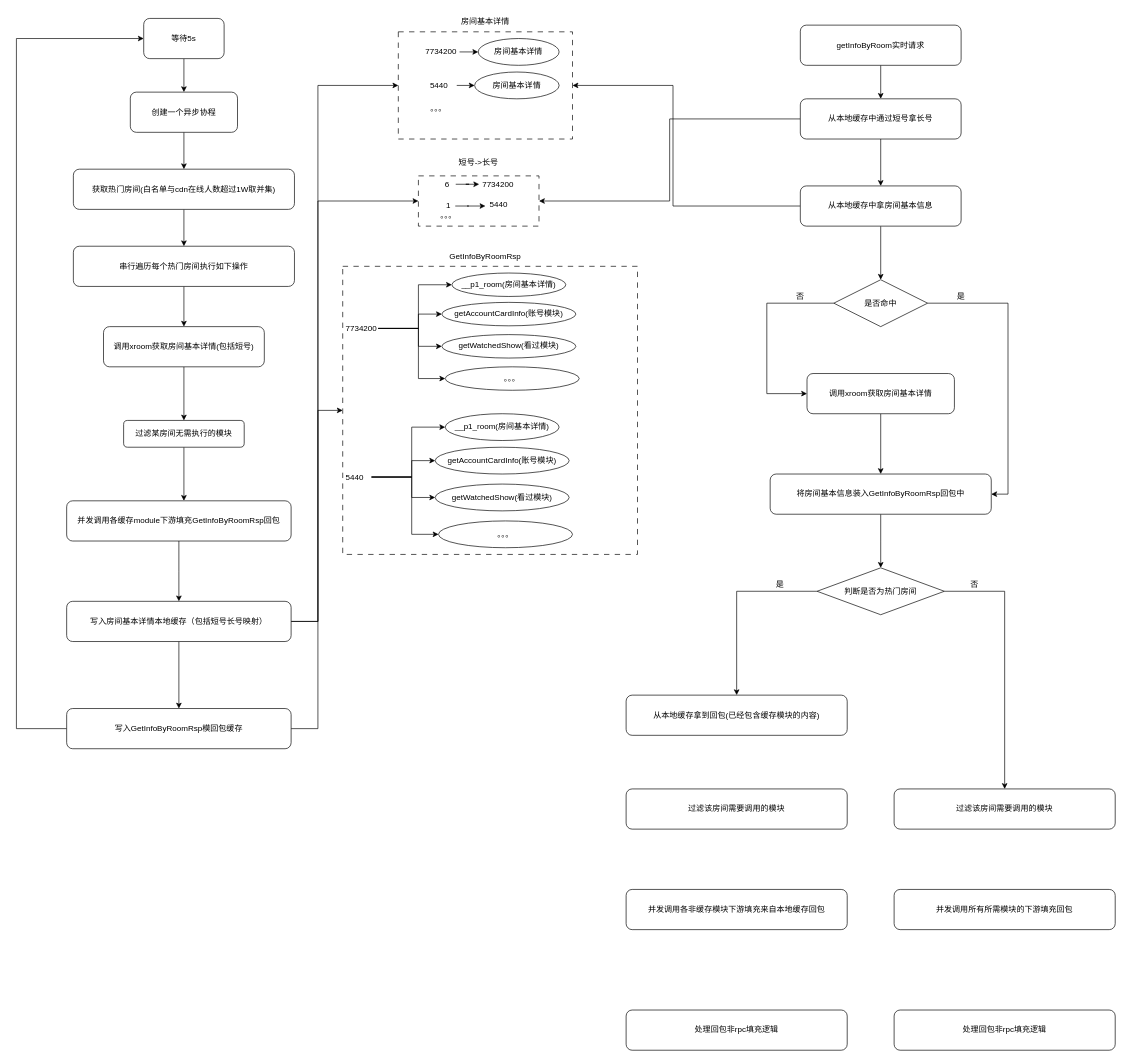
Earlier version of the draw.io diagram 未命名绘图.drawio (smartcharles/tech_draw). Source tidied: cells renumbered, new cells numbered last; positions are measured from the earlier drawing's top-left corner, leaving out a move shared by most shapes. Both pictures are drawn from the tidied source at 67%, with x=0, y=0 at pixel (16, 11).
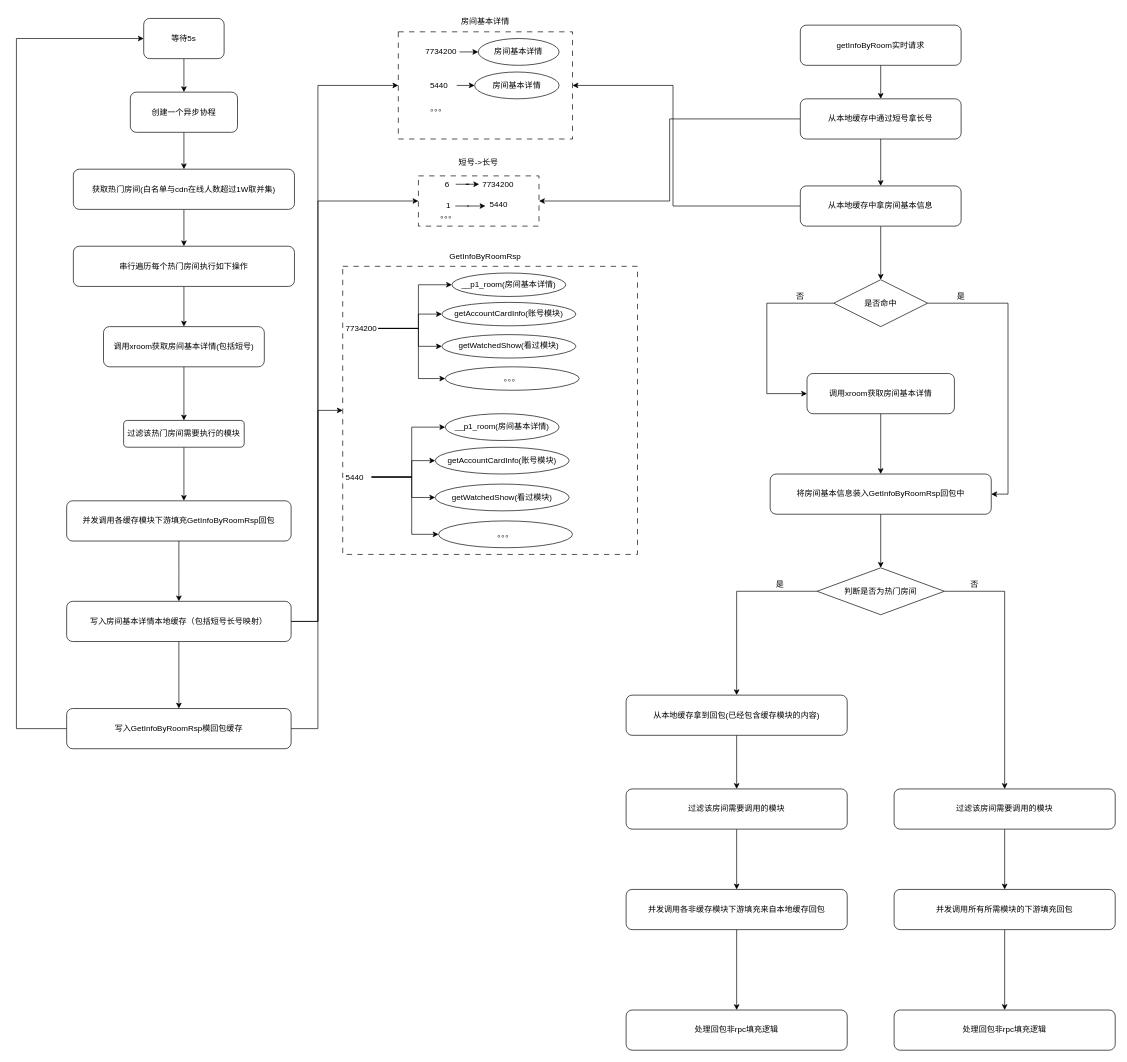
The same page after the edit.

Commit message:
异步构建本地缓存架构图.drawio

Unchanged cells that the change refers to:
```xml
<mxCell id="89" value="从本地缓存拿到回包(已经包含缓存模块的内容)" style="rounded=1;whiteSpace=wrap;html=1;" parent="1" vertex="1">
  <mxGeometry x="910" y="1020" width="330" height="60" as="geometry" />
</mxCell>
<mxCell id="90" value="过滤该房间需要调用的模块" style="rounded=1;whiteSpace=wrap;html=1;" parent="1" vertex="1">
  <mxGeometry x="910" y="1160" width="330" height="60" as="geometry" />
</mxCell>
<mxCell id="91" value="过滤该房间需要调用的模块" style="rounded=1;whiteSpace=wrap;html=1;" parent="1" vertex="1">
  <mxGeometry x="1310" y="1160" width="330" height="60" as="geometry" />
</mxCell>
<mxCell id="92" value="并发调用各非缓存模块下游填充来自本地缓存回包" style="rounded=1;whiteSpace=wrap;html=1;" parent="1" vertex="1">
  <mxGeometry x="910" y="1310" width="330" height="60" as="geometry" />
</mxCell>
<mxCell id="93" value="并发调用所有所需模块的下游填充回包" style="rounded=1;whiteSpace=wrap;html=1;" parent="1" vertex="1">
  <mxGeometry x="1310" y="1310" width="330" height="60" as="geometry" />
</mxCell>
<mxCell id="94" value="处理回包非rpc填充逻辑" style="rounded=1;whiteSpace=wrap;html=1;" parent="1" vertex="1">
  <mxGeometry x="910" y="1490" width="330" height="60" as="geometry" />
</mxCell>
<mxCell id="95" value="处理回包非rpc填充逻辑" style="rounded=1;whiteSpace=wrap;html=1;" parent="1" vertex="1">
  <mxGeometry x="1310" y="1490" width="330" height="60" as="geometry" />
</mxCell>
```

Change to the diagram source:
```diff
@@
-    <mxCell id="59" value="过滤某房间无需执行的模块" style="rounded=1;whiteSpace=wrap;html=1;" parent="1" vertex="1">
+    <mxCell id="59" value="过滤该热门房间需要执行的模块" style="rounded=1;whiteSpace=wrap;html=1;" parent="1" vertex="1">
       <mxGeometry x="160" y="610" width="180" height="40" as="geometry" />
     </mxCell>
@@
-    <mxCell id="61" value="并发调用各缓存module下游填充GetInfoByRoomRsp回包" style="rounded=1;whiteSpace=wrap;html=1;" parent="1" vertex="1">
+    <mxCell id="61" value="并发调用各缓存模块下游填充GetInfoByRoomRsp回包" style="rounded=1;whiteSpace=wrap;html=1;" parent="1" vertex="1">
       <mxGeometry x="75" y="730" width="335" height="60" as="geometry" />
     </mxCell>
@@
+    <mxCell id="98" style="edgeStyle=orthogonalEdgeStyle;rounded=0;jettySize=auto;html=1;exitX=0.5;exitY=1;exitDx=0;exitDy=0;entryX=0.5;entryY=0;entryDx=0;entryDy=0;" parent="1" edge="1" source="89" target="90">
+      <mxGeometry relative="1" as="geometry" />
+    </mxCell>
@@
+    <mxCell id="99" style="edgeStyle=orthogonalEdgeStyle;rounded=0;jettySize=auto;html=1;entryX=0.5;entryY=0;entryDx=0;entryDy=0;" parent="1" edge="1" source="90" target="92">
+      <mxGeometry relative="1" as="geometry" />
+    </mxCell>
@@
+    <mxCell id="100" style="edgeStyle=orthogonalEdgeStyle;rounded=0;jettySize=auto;html=1;entryX=0.5;entryY=0;entryDx=0;entryDy=0;" parent="1" edge="1" source="91" target="93">
+      <mxGeometry relative="1" as="geometry" />
+    </mxCell>
@@
+    <mxCell id="101" style="edgeStyle=orthogonalEdgeStyle;rounded=0;jettySize=auto;html=1;entryX=0.5;entryY=0;entryDx=0;entryDy=0;" parent="1" edge="1" source="92" target="94">
+      <mxGeometry relative="1" as="geometry" />
+    </mxCell>
@@
+    <mxCell id="102" style="edgeStyle=orthogonalEdgeStyle;rounded=0;jettySize=auto;html=1;entryX=0.5;entryY=0;entryDx=0;entryDy=0;" parent="1" edge="1" source="93" target="95">
+      <mxGeometry relative="1" as="geometry" />
+    </mxCell>
```
